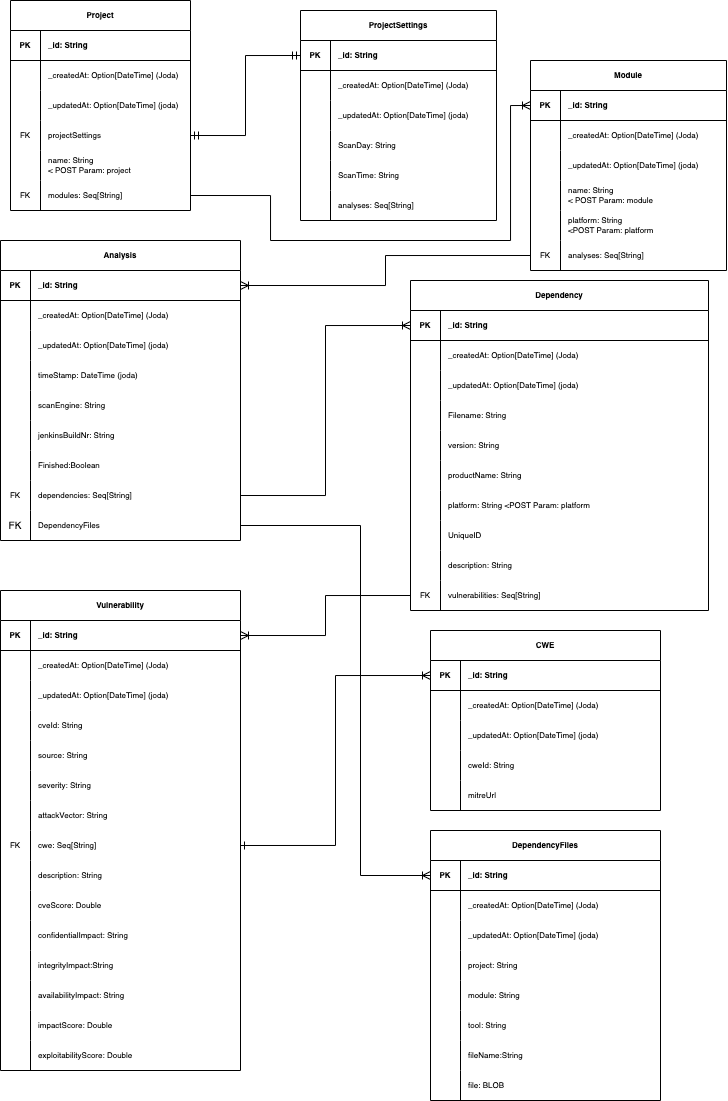
codefink2020/AfstudeerVerslagFINAL keeps this draw.io diagram as gfx/SOUPAPI-SOUPAPI DM.png. Above is the earlier version. Source tidied: cells renumbered, new cells last; positions are measured from the earlier drawing's top-left corner, leaving out a move shared by most shapes.
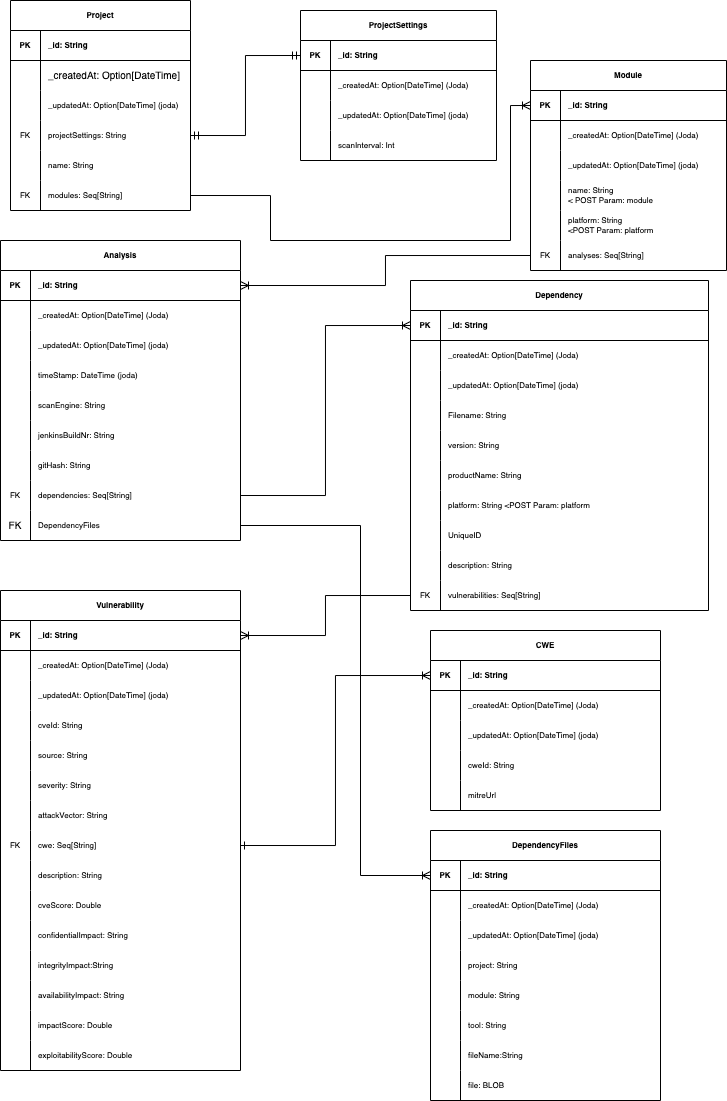
The same file after the commit.

Commit message:
architecture verder geschreven

Diff of the diagram source:
```diff
@@ -14,13 +14,13 @@
     <mxCell id="5" value="_id: String" style="shape=partialRectangle;fillColor=none;top=0;left=0;bottom=0;right=0;align=left;spacingLeft=6;fontStyle=1;overflow=hidden;fontSize=8;" parent="3" vertex="1">
       <mxGeometry x="30" width="150" height="30" as="geometry" />
     </mxCell>
-    <mxCell id="6" style="shape=tableRow;horizontal=0;startSize=0;swimlaneHead=0;swimlaneBody=0;fillColor=none;top=0;left=0;right=0;bottom=0;fontSize=8;" parent="2" vertex="1">
+    <mxCell id="6" style="shape=tableRow;horizontal=0;startSize=0;swimlaneHead=0;swimlaneBody=0;fillColor=none;top=0;left=0;right=0;bottom=0;fontSize=9;" parent="2" vertex="1">
       <mxGeometry y="60" width="180" height="30" as="geometry" />
     </mxCell>
     <mxCell id="7" style="shape=partialRectangle;fillColor=none;top=0;left=0;bottom=0;right=0;overflow=hidden;fontSize=8;" parent="6" vertex="1">
       <mxGeometry width="30" height="30" as="geometry" />
     </mxCell>
-    <mxCell id="8" value="_createdAt: Option[DateTime] (Joda)" style="shape=partialRectangle;fillColor=none;top=0;left=0;bottom=0;right=0;align=left;spacingLeft=6;overflow=hidden;fontSize=8;" parent="6" vertex="1">
+    <mxCell id="8" value="_createdAt: Option[DateTime] " style="shape=partialRectangle;fillColor=none;top=0;left=0;bottom=0;right=0;align=left;spacingLeft=6;overflow=hidden;fontSize=10;" parent="6" vertex="1">
       <mxGeometry x="30" width="150" height="30" as="geometry" />
     </mxCell>
     <mxCell id="9" style="shape=tableRow;horizontal=0;startSize=0;swimlaneHead=0;swimlaneBody=0;fillColor=none;top=0;left=0;right=0;bottom=0;fontSize=8;" parent="2" vertex="1">
@@ -38,7 +38,7 @@
     <mxCell id="13" value="FK" style="shape=partialRectangle;fillColor=none;top=0;left=0;bottom=0;right=0;fontStyle=0;overflow=hidden;fontSize=8;" parent="12" vertex="1">
       <mxGeometry width="30" height="30" as="geometry" />
     </mxCell>
-    <mxCell id="14" value="projectSettings" style="shape=partialRectangle;fillColor=none;top=0;left=0;bottom=0;right=0;align=left;spacingLeft=6;fontStyle=0;overflow=hidden;fontSize=8;" parent="12" vertex="1">
+    <mxCell id="14" value="projectSettings: String" style="shape=partialRectangle;fillColor=none;top=0;left=0;bottom=0;right=0;align=left;spacingLeft=6;fontStyle=0;overflow=hidden;fontSize=8;" parent="12" vertex="1">
       <mxGeometry x="30" width="150" height="30" as="geometry" />
     </mxCell>
     <mxCell id="15" style="shape=tableRow;horizontal=0;startSize=0;swimlaneHead=0;swimlaneBody=0;fillColor=none;top=0;left=0;right=0;bottom=0;fontSize=8;" parent="2" vertex="1">
@@ -47,7 +47,7 @@
     <mxCell id="16" style="shape=partialRectangle;fillColor=none;top=0;left=0;bottom=0;right=0;overflow=hidden;fontSize=8;" parent="15" vertex="1">
       <mxGeometry width="30" height="30" as="geometry" />
     </mxCell>
-    <mxCell id="17" value="name: String &#10;&lt; POST Param: project" style="shape=partialRectangle;fillColor=none;top=0;left=0;bottom=0;right=0;align=left;spacingLeft=6;overflow=hidden;fontSize=8;" parent="15" vertex="1">
+    <mxCell id="17" value="name: String" style="shape=partialRectangle;fillColor=none;top=0;left=0;bottom=0;right=0;align=left;spacingLeft=6;overflow=hidden;fontSize=8;" parent="15" vertex="1">
       <mxGeometry x="30" width="150" height="30" as="geometry" />
     </mxCell>
     <mxCell id="18" style="shape=tableRow;horizontal=0;startSize=0;swimlaneHead=0;swimlaneBody=0;fillColor=none;points=[[0,0.5],[1,0.5]];portConstraint=eastwest;top=0;left=0;right=0;bottom=0;fontSize=8;" parent="2" vertex="1">
@@ -189,7 +189,7 @@
     <mxCell id="61" style="shape=partialRectangle;fillColor=none;top=0;left=0;bottom=0;right=0;fontStyle=0;overflow=hidden;fontSize=8;" parent="60" vertex="1">
       <mxGeometry width="30" height="30" as="geometry" />
     </mxCell>
-    <mxCell id="62" value="Finished:Boolean" style="shape=partialRectangle;fillColor=none;top=0;left=0;bottom=0;right=0;align=left;spacingLeft=6;fontStyle=0;overflow=hidden;fontSize=8;" parent="60" vertex="1">
+    <mxCell id="62" value="gitHash: String" style="shape=partialRectangle;fillColor=none;top=0;left=0;bottom=0;right=0;align=left;spacingLeft=6;fontStyle=0;overflow=hidden;fontSize=8;" parent="60" vertex="1">
       <mxGeometry x="30" width="210" height="30" as="geometry" />
     </mxCell>
     <mxCell id="63" style="shape=tableRow;horizontal=0;startSize=0;swimlaneHead=0;swimlaneBody=0;fillColor=none;points=[[0,0.5],[1,0.5]];portConstraint=eastwest;top=0;left=0;right=0;bottom=0;fontSize=8;" parent="41" vertex="1">
@@ -585,7 +585,7 @@
       </mxGeometry>
     </mxCell>
     <mxCell id="192" value="ProjectSettings" style="shape=table;startSize=30;rowLines=0;fontStyle=1;align=center;fontSize=8;" parent="1" vertex="1">
-      <mxGeometry x="300" y="10" width="196" height="210" as="geometry" />
+      <mxGeometry x="300" y="10" width="196" height="150" as="geometry" />
     </mxCell>
     <mxCell id="193" style="shape=tableRow;horizontal=0;startSize=0;swimlaneHead=0;swimlaneBody=0;fillColor=none;points=[[0,0.5],[1,0.5]];portConstraint=eastwest;top=0;left=0;right=0;bottom=1;fontSize=8;" parent="192" vertex="1">
       <mxGeometry y="30" width="196" height="30" as="geometry" />
@@ -620,27 +620,9 @@
     <mxCell id="203" style="shape=partialRectangle;fillColor=none;top=0;left=0;bottom=0;right=0;overflow=hidden;fontSize=8;" parent="202" vertex="1">
       <mxGeometry width="30" height="30" as="geometry" />
     </mxCell>
-    <mxCell id="204" value="ScanDay: String" style="shape=partialRectangle;fillColor=none;top=0;left=0;bottom=0;right=0;align=left;spacingLeft=6;overflow=hidden;fontSize=8;" parent="202" vertex="1">
+    <mxCell id="204" value="scanInterval: Int" style="shape=partialRectangle;fillColor=none;top=0;left=0;bottom=0;right=0;align=left;spacingLeft=6;overflow=hidden;fontSize=8;" parent="202" vertex="1">
       <mxGeometry x="30" width="166" height="30" as="geometry" />
     </mxCell>
-    <mxCell id="205" style="shape=tableRow;horizontal=0;startSize=0;swimlaneHead=0;swimlaneBody=0;fillColor=none;top=0;left=0;right=0;bottom=0;fontSize=8;" parent="192" vertex="1">
-      <mxGeometry y="150" width="196" height="30" as="geometry" />
-    </mxCell>
-    <mxCell id="206" style="shape=partialRectangle;fillColor=none;top=0;left=0;bottom=0;right=0;fontStyle=0;overflow=hidden;fontSize=8;" parent="205" vertex="1">
-      <mxGeometry width="30" height="30" as="geometry" />
-    </mxCell>
-    <mxCell id="207" value="ScanTime: String" style="shape=partialRectangle;fillColor=none;top=0;left=0;bottom=0;right=0;align=left;spacingLeft=6;fontStyle=0;overflow=hidden;fontSize=8;" parent="205" vertex="1">
-      <mxGeometry x="30" width="166" height="30" as="geometry" />
-    </mxCell>
-    <mxCell id="208" style="shape=tableRow;horizontal=0;startSize=0;swimlaneHead=0;swimlaneBody=0;fillColor=none;top=0;left=0;right=0;bottom=0;fontSize=8;" parent="192" vertex="1">
-      <mxGeometry y="180" width="196" height="30" as="geometry" />
-    </mxCell>
-    <mxCell id="209" style="shape=partialRectangle;fillColor=none;top=0;left=0;bottom=0;right=0;fontStyle=0;overflow=hidden;fontSize=8;" parent="208" vertex="1">
-      <mxGeometry width="30" height="30" as="geometry" />
-    </mxCell>
-    <mxCell id="210" value="analyses: Seq[String]" style="shape=partialRectangle;fillColor=none;top=0;left=0;bottom=0;right=0;align=left;spacingLeft=6;fontStyle=0;overflow=hidden;fontSize=8;" parent="208" vertex="1">
-      <mxGeometry x="30" width="166" height="30" as="geometry" />
-    </mxCell>
     <mxCell id="211" style="edgeStyle=orthogonalEdgeStyle;rounded=0;jettySize=auto;html=1;exitX=1;exitY=0.5;exitDx=0;exitDy=0;entryX=0;entryY=0.5;entryDx=0;entryDy=0;fontSize=8;endArrow=ERmandOne;endFill=0;startArrow=ERmandOne;startFill=0;" parent="1" edge="1" source="12" target="193">
       <mxGeometry relative="1" as="geometry" />
     </mxCell>
```
